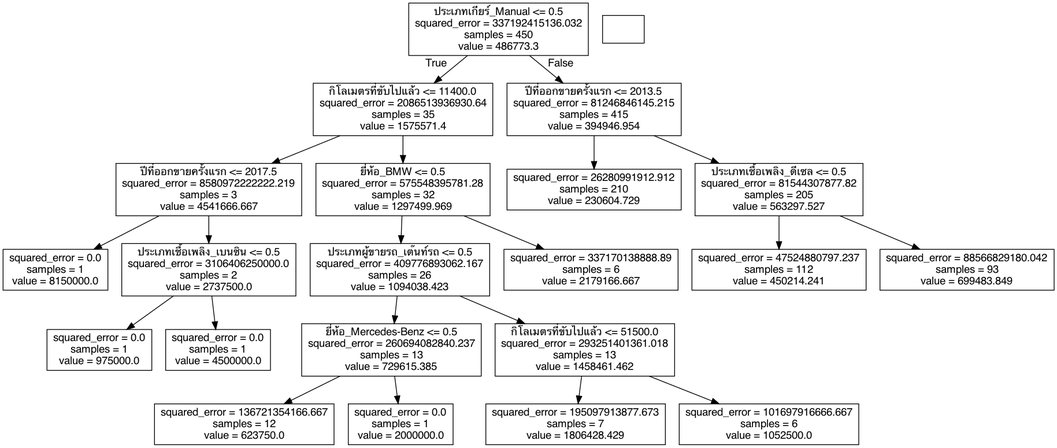
punsnx/CS-AI261 keeps this Graphviz diagram as week2/tree.png. Above is the earlier version. Its source is kept beside it as week2/tree.dot. Source of this version:
```dot
digraph Tree {
node [shape=box, fontname="helvetica"] ;
edge [fontname="helvetica"] ;
0 [label="ประเภทเกียร์_Manual <= 0.5\nsquared_error = 337192415136.032\nsamples = 450\nvalue = 486773.3"] ;
1 [label="กิโลเมตรที่ขับไปแล้ว <= 11400.0\nsquared_error = 2086513936930.64\nsamples = 35\nvalue = 1575571.4"] ;
0 -> 1 [labeldistance=2.5, labelangle=45, headlabel="True"] ;
3 [label="ปีที่ออกขายครั้งแรก <= 2017.5\nsquared_error = 8580972222222.219\nsamples = 3\nvalue = 4541666.667"] ;
1 -> 3 ;
5 [label="squared_error = 0.0\nsamples = 1\nvalue = 8150000.0"] ;
3 -> 5 ;
6 [label="ประเภทเชื้อเพลิง_เบนซิน <= 0.5\nsquared_error = 3106406250000.0\nsamples = 2\nvalue = 2737500.0"] ;
3 -> 6 ;
9 [label="squared_error = 0.0\nsamples = 1\nvalue = 975000.0"] ;
6 -> 9 ;
10 [label="squared_error = 0.0\nsamples = 1\nvalue = 4500000.0"] ;
6 -> 10 ;
4 [label="ยี่ห้อ_BMW <= 0.5\nsquared_error = 575548395781.28\nsamples = 32\nvalue = 1297499.969"] ;
1 -> 4 ;
11 [label="ประเภทผู้ขายรถ_เต๊นท์รถ <= 0.5\nsquared_error = 409776893062.167\nsamples = 26\nvalue = 1094038.423"] ;
4 -> 11 ;
13 [label="ยี่ห้อ_Mercedes-Benz <= 0.5\nsquared_error = 260694082840.237\nsamples = 13\nvalue = 729615.385"] ;
11 -> 13 ;
19 [label="squared_error = 136721354166.667\nsamples = 12\nvalue = 623750.0"] ;
13 -> 19 ;
20 [label="squared_error = 0.0\nsamples = 1\nvalue = 2000000.0"] ;
13 -> 20 ;
14 [label="กิโลเมตรที่ขับไปแล้ว <= 51500.0\nsquared_error = 293251401361.018\nsamples = 13\nvalue = 1458461.462"] ;
11 -> 14 ;
17 [label="squared_error = 195097913877.673\nsamples = 7\nvalue = 1806428.429"] ;
14 -> 17 ;
18 [label="squared_error = 101697916666.667\nsamples = 6\nvalue = 1052500.0"] ;
14 -> 18 ;
12 [label="squared_error = 337170138888.89\nsamples = 6\nvalue = 2179166.667"] ;
4 -> 12 ;
2 [label="ปีที่ออกขายครั้งแรก <= 2013.5\nsquared_error = 81246846145.215\nsamples = 415\nvalue = 394946.954"] ;
0 -> 2 [labeldistance=2.5, labelangle=-45, headlabel="False"] ;
7 [label="squared_error = 26280991912.912\nsamples = 210\nvalue = 230604.729"] ;
2 -> 7 ;
8 [label="ประเภทเชื้อเพลิง_ดีเซล <= 0.5\nsquared_error = 81544307877.82\nsamples = 205\nvalue = 563297.527"] ;
2 -> 8 ;
15 [label="squared_error = 47524880797.237\nsamples = 112\nvalue = 450214.241"] ;
8 -> 15 ;
16 [label="squared_error = 88566829180.042\nsamples = 93\nvalue = 699483.849"] ;
8 -> 16 ;
}
```
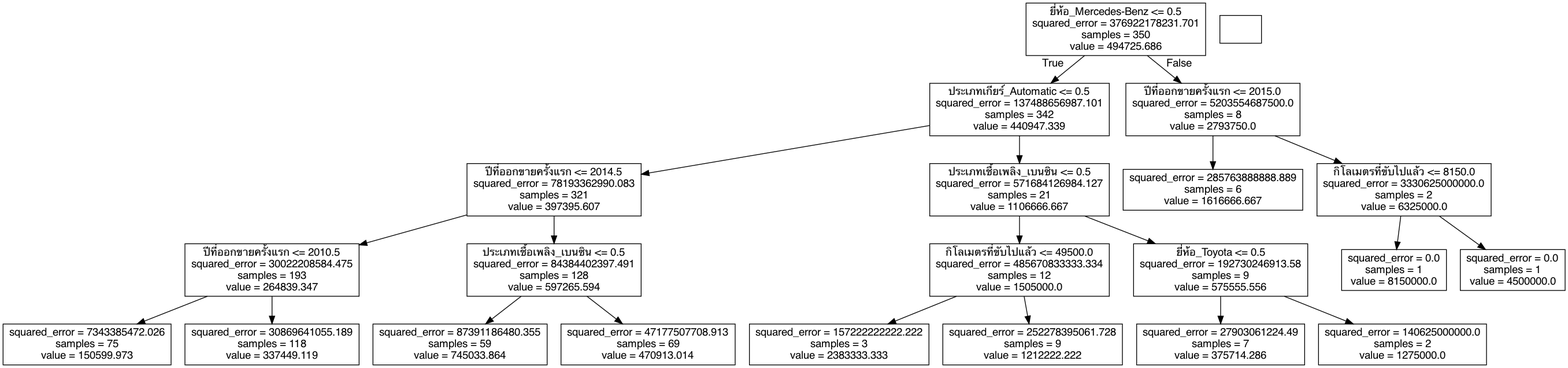
Above is the later version.

Commit message:
update week2 assignment decision tree

The edit, as a diff of the source:
```diff
@@ -1,45 +1,45 @@
 digraph Tree {
 node [shape=box, fontname="helvetica"] ;
 edge [fontname="helvetica"] ;
-0 [label="ประเภทเกียร์_Manual <= 0.5\nsquared_error = 337192415136.032\nsamples = 450\nvalue = 486773.3"] ;
-1 [label="กิโลเมตรที่ขับไปแล้ว <= 11400.0\nsquared_error = 2086513936930.64\nsamples = 35\nvalue = 1575571.4"] ;
+0 [label="ยี่ห้อ_Mercedes-Benz <= 0.5\nsquared_error = 376922178231.701\nsamples = 350\nvalue = 494725.686"] ;
+1 [label="ประเภทเกียร์_Automatic <= 0.5\nsquared_error = 137488656987.101\nsamples = 342\nvalue = 440947.339"] ;
 0 -> 1 [labeldistance=2.5, labelangle=45, headlabel="True"] ;
-3 [label="ปีที่ออกขายครั้งแรก <= 2017.5\nsquared_error = 8580972222222.219\nsamples = 3\nvalue = 4541666.667"] ;
-1 -> 3 ;
-5 [label="squared_error = 0.0\nsamples = 1\nvalue = 8150000.0"] ;
-3 -> 5 ;
-6 [label="ประเภทเชื้อเพลิง_เบนซิน <= 0.5\nsquared_error = 3106406250000.0\nsamples = 2\nvalue = 2737500.0"] ;
-3 -> 6 ;
-9 [label="squared_error = 0.0\nsamples = 1\nvalue = 975000.0"] ;
-6 -> 9 ;
+5 [label="ปีที่ออกขายครั้งแรก <= 2014.5\nsquared_error = 78193362990.083\nsamples = 321\nvalue = 397395.607"] ;
+1 -> 5 ;
+7 [label="ปีที่ออกขายครั้งแรก <= 2010.5\nsquared_error = 30022208584.475\nsamples = 193\nvalue = 264839.347"] ;
+5 -> 7 ;
+17 [label="squared_error = 7343385472.026\nsamples = 75\nvalue = 150599.973"] ;
+7 -> 17 ;
+18 [label="squared_error = 30869641055.189\nsamples = 118\nvalue = 337449.119"] ;
+7 -> 18 ;
+8 [label="ประเภทเชื้อเพลิง_เบนซิน <= 0.5\nsquared_error = 84384402397.491\nsamples = 128\nvalue = 597265.594"] ;
+5 -> 8 ;
+15 [label="squared_error = 87391186480.355\nsamples = 59\nvalue = 745033.864"] ;
+8 -> 15 ;
+16 [label="squared_error = 47177507708.913\nsamples = 69\nvalue = 470913.014"] ;
+8 -> 16 ;
+6 [label="ประเภทเชื้อเพลิง_เบนซิน <= 0.5\nsquared_error = 571684126984.127\nsamples = 21\nvalue = 1106666.667"] ;
+1 -> 6 ;
+11 [label="กิโลเมตรที่ขับไปแล้ว <= 49500.0\nsquared_error = 485670833333.334\nsamples = 12\nvalue = 1505000.0"] ;
+6 -> 11 ;
+13 [label="squared_error = 157222222222.222\nsamples = 3\nvalue = 2383333.333"] ;
+11 -> 13 ;
+14 [label="squared_error = 252278395061.728\nsamples = 9\nvalue = 1212222.222"] ;
+11 -> 14 ;
+12 [label="ยี่ห้อ_Toyota <= 0.5\nsquared_error = 192730246913.58\nsamples = 9\nvalue = 575555.556"] ;
+6 -> 12 ;
+19 [label="squared_error = 27903061224.49\nsamples = 7\nvalue = 375714.286"] ;
+12 -> 19 ;
+20 [label="squared_error = 140625000000.0\nsamples = 2\nvalue = 1275000.0"] ;
+12 -> 20 ;
+2 [label="ปีที่ออกขายครั้งแรก <= 2015.0\nsquared_error = 5203554687500.0\nsamples = 8\nvalue = 2793750.0"] ;
+0 -> 2 [labeldistance=2.5, labelangle=-45, headlabel="False"] ;
+3 [label="squared_error = 285763888888.889\nsamples = 6\nvalue = 1616666.667"] ;
+2 -> 3 ;
+4 [label="กิโลเมตรที่ขับไปแล้ว <= 8150.0\nsquared_error = 3330625000000.0\nsamples = 2\nvalue = 6325000.0"] ;
+2 -> 4 ;
+9 [label="squared_error = 0.0\nsamples = 1\nvalue = 8150000.0"] ;
+4 -> 9 ;
 10 [label="squared_error = 0.0\nsamples = 1\nvalue = 4500000.0"] ;
-6 -> 10 ;
-4 [label="ยี่ห้อ_BMW <= 0.5\nsquared_error = 575548395781.28\nsamples = 32\nvalue = 1297499.969"] ;
-1 -> 4 ;
-11 [label="ประเภทผู้ขายรถ_เต๊นท์รถ <= 0.5\nsquared_error = 409776893062.167\nsamples = 26\nvalue = 1094038.423"] ;
-4 -> 11 ;
-13 [label="ยี่ห้อ_Mercedes-Benz <= 0.5\nsquared_error = 260694082840.237\nsamples = 13\nvalue = 729615.385"] ;
-11 -> 13 ;
-19 [label="squared_error = 136721354166.667\nsamples = 12\nvalue = 623750.0"] ;
-13 -> 19 ;
-20 [label="squared_error = 0.0\nsamples = 1\nvalue = 2000000.0"] ;
-13 -> 20 ;
-14 [label="กิโลเมตรที่ขับไปแล้ว <= 51500.0\nsquared_error = 293251401361.018\nsamples = 13\nvalue = 1458461.462"] ;
-11 -> 14 ;
-17 [label="squared_error = 195097913877.673\nsamples = 7\nvalue = 1806428.429"] ;
-14 -> 17 ;
-18 [label="squared_error = 101697916666.667\nsamples = 6\nvalue = 1052500.0"] ;
-14 -> 18 ;
-12 [label="squared_error = 337170138888.89\nsamples = 6\nvalue = 2179166.667"] ;
-4 -> 12 ;
-2 [label="ปีที่ออกขายครั้งแรก <= 2013.5\nsquared_error = 81246846145.215\nsamples = 415\nvalue = 394946.954"] ;
-0 -> 2 [labeldistance=2.5, labelangle=-45, headlabel="False"] ;
-7 [label="squared_error = 26280991912.912\nsamples = 210\nvalue = 230604.729"] ;
-2 -> 7 ;
-8 [label="ประเภทเชื้อเพลิง_ดีเซล <= 0.5\nsquared_error = 81544307877.82\nsamples = 205\nvalue = 563297.527"] ;
-2 -> 8 ;
-15 [label="squared_error = 47524880797.237\nsamples = 112\nvalue = 450214.241"] ;
-8 -> 15 ;
-16 [label="squared_error = 88566829180.042\nsamples = 93\nvalue = 699483.849"] ;
-8 -> 16 ;
+4 -> 10 ;
 }
```
